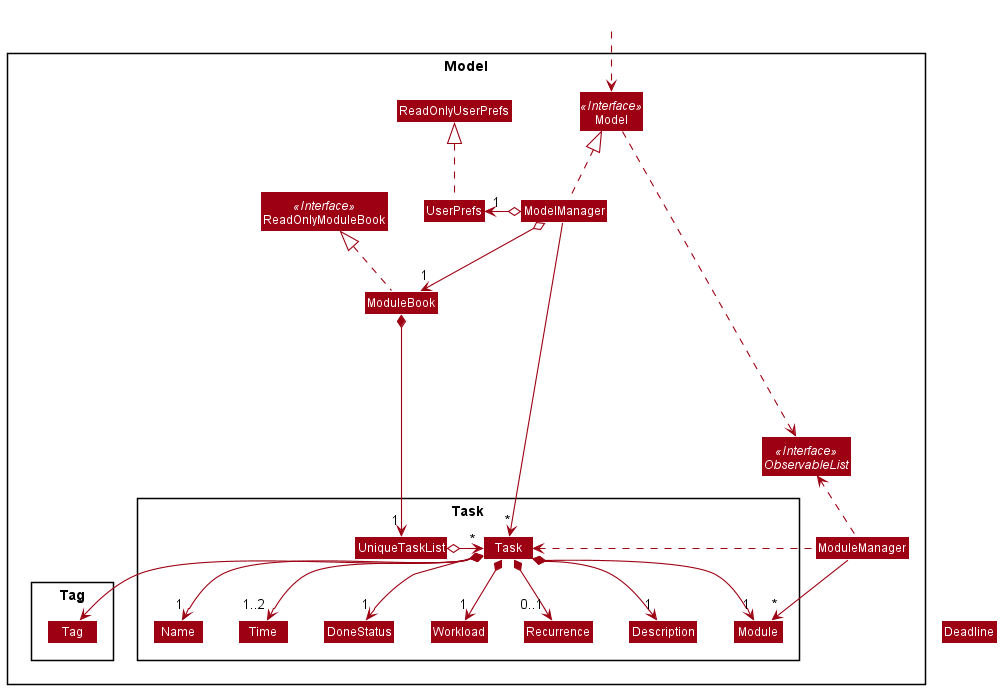
Before: ModelClassDiagram.png, a diagram exported from PlantUML (nus-cs2103-AY2021S2/tp).
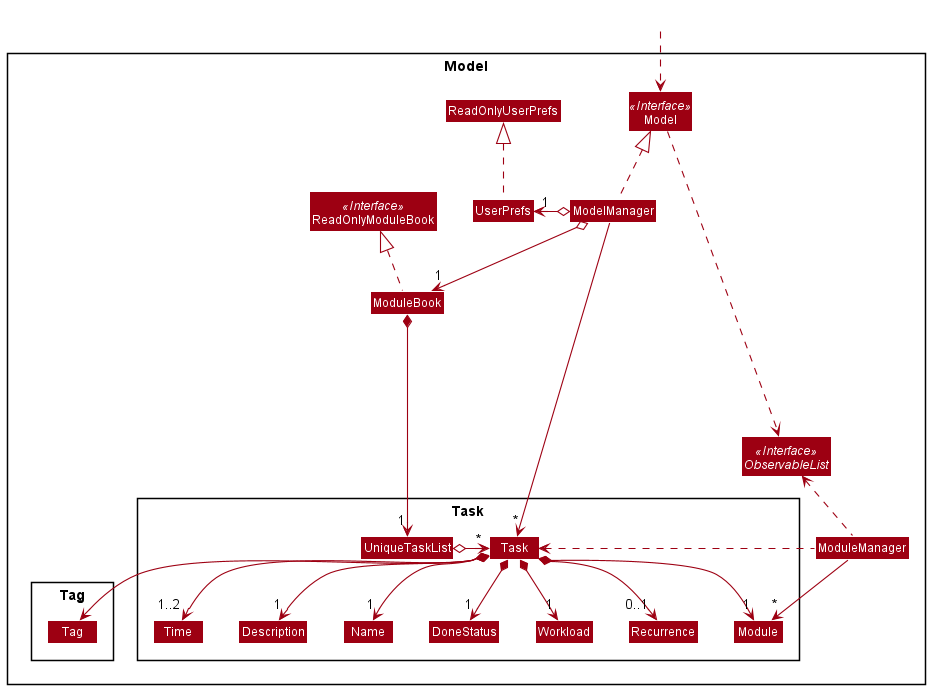
After the commit.

Diff of the diagram source:
```diff
@@ -58,8 +58,8 @@
 Task *--> "0..1" Recurrence
 Task *--> "*" Tag
 
-Name -[hidden]right-> Deadline
-Deadline -[hidden]right-> Description
+Name -[hidden]right-> Time
+Time -[hidden]right-> Description
 Description -[hidden]right-> Module
 Module -[hidden]right-> DoneStatus
 DoneStatus -[hidden]right-> Workload
```
